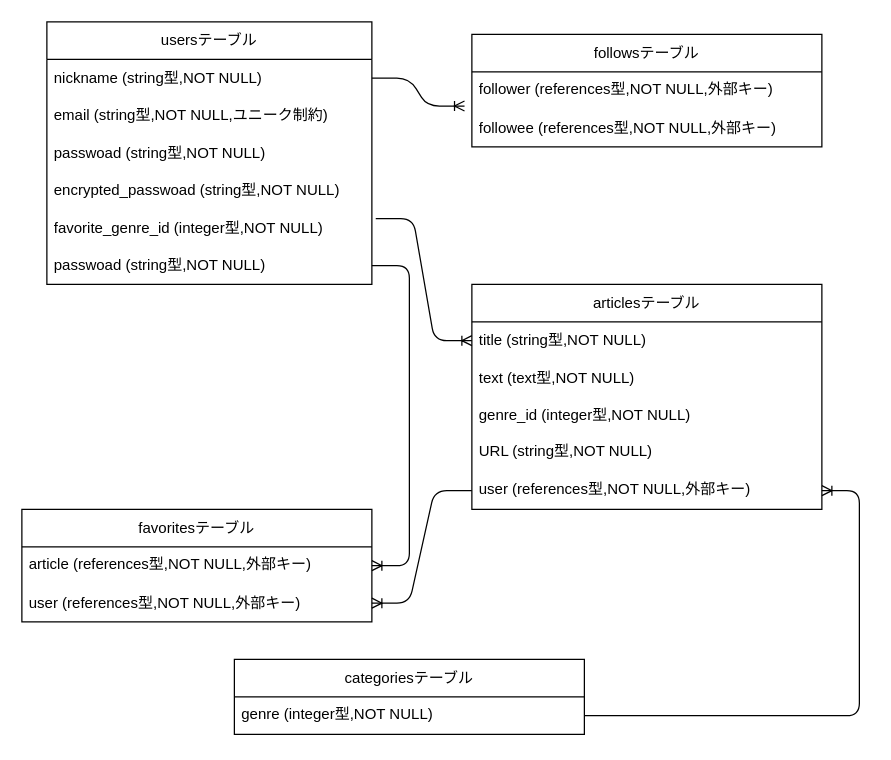
Above: SHELF_DB設計.dio in koharayuki/SHELF (draw.io), before the change. Source tidied: cells renumbered, new cells numbered last; positions are measured from the earlier drawing's top-left corner, leaving out a move shared by most shapes. Both pictures are drawn from the tidied source at 125%, with x=0, y=0 at pixel (21, 21).
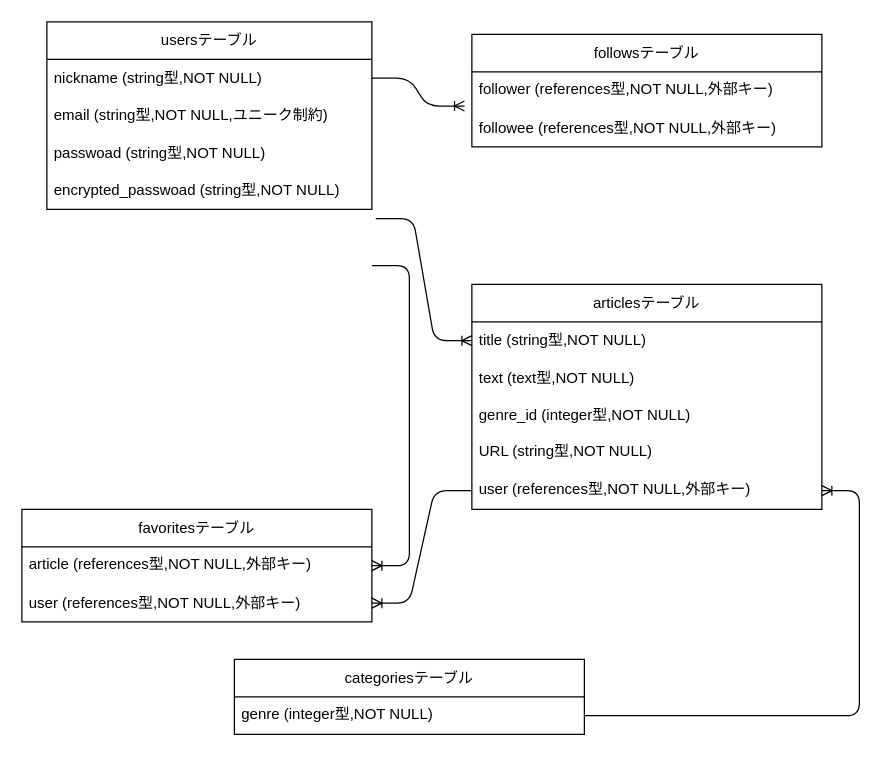
The same page after the edit.

Unchanged cells that the change refers to:
```xml
<mxCell id="12" value="article (references型,NOT NULL,外部キー)" style="text;strokeColor=none;fillColor=none;spacingLeft=4;spacingRight=4;overflow=hidden;points=[[0,0.5],[1,0.5]];portConstraint=eastwest;fontSize=12;" parent="11" vertex="1">
  <mxGeometry y="30" width="280" height="30" as="geometry" />
</mxCell>
```

What changed in the source:
```diff
@@
     <mxCell id="2" value="usersテーブル" style="swimlane;fontStyle=0;horizontal=1;startSize=30;whiteSpace=wrap;html=1;" parent="1" vertex="1">
-      <mxGeometry x="20" width="260" height="210" as="geometry" />
+      <mxGeometry x="20" width="260" height="150" as="geometry" />
     </mxCell>
@@
-    <mxCell id="7" value="favorite_genre_id&amp;nbsp;(integer型,NOT NULL)" style="text;strokeColor=none;fillColor=none;align=left;verticalAlign=middle;spacingLeft=4;spacingRight=4;overflow=hidden;whiteSpace=wrap;html=1;" parent="2" vertex="1">
-      <mxGeometry y="150" width="260" height="30" as="geometry" />
-    </mxCell>
-    <mxCell id="8" value="passwoad (string型,NOT NULL)" style="text;strokeColor=none;fillColor=none;align=left;verticalAlign=middle;spacingLeft=4;spacingRight=4;overflow=hidden;points=[[0,0.5],[1,0.5]];portConstraint=eastwest;whiteSpace=wrap;html=1;" parent="2" vertex="1">
-      <mxGeometry y="180" width="260" height="30" as="geometry" />
-    </mxCell>
@@
-    <mxCell id="24" style="edgeStyle=entityRelationEdgeStyle;fontSize=12;html=1;endArrow=ERoneToMany;" parent="1" edge="1" source="8" target="12">
-      <mxGeometry relative="1" as="geometry" />
+    <mxCell id="24" style="edgeStyle=entityRelationEdgeStyle;fontSize=12;html=1;endArrow=ERoneToMany;" parent="1" edge="1" target="12">
+      <mxGeometry relative="1" as="geometry">
+        <mxPoint x="280" y="195" as="sourcePoint" />
+      </mxGeometry>
     </mxCell>
```
